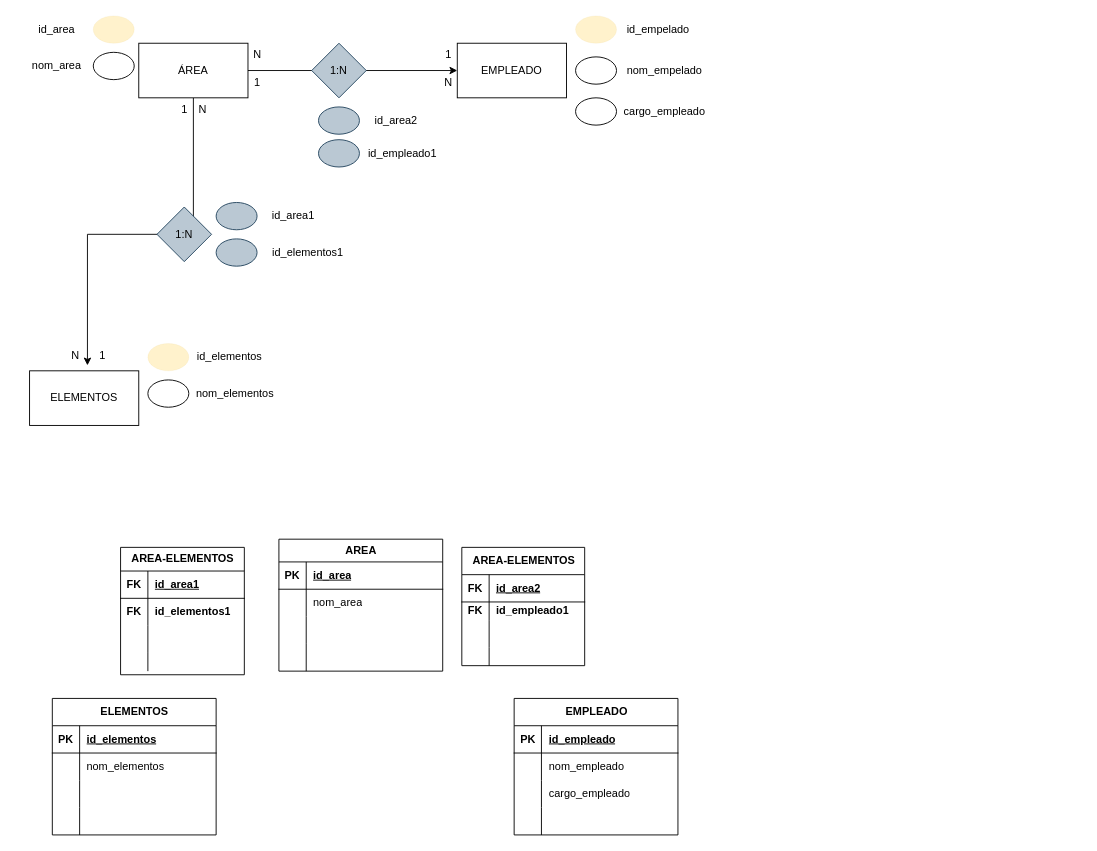
The draw.io diagram Diagrama de Incio.drawio in Anacon4/Home, before the edit. Source tidied: cells renumbered, new cells numbered last; positions are measured from the earlier drawing's top-left corner, leaving out a move shared by most shapes. Both pictures are drawn from the tidied source at 91%, with x=0, y=0 at pixel (20, 15).
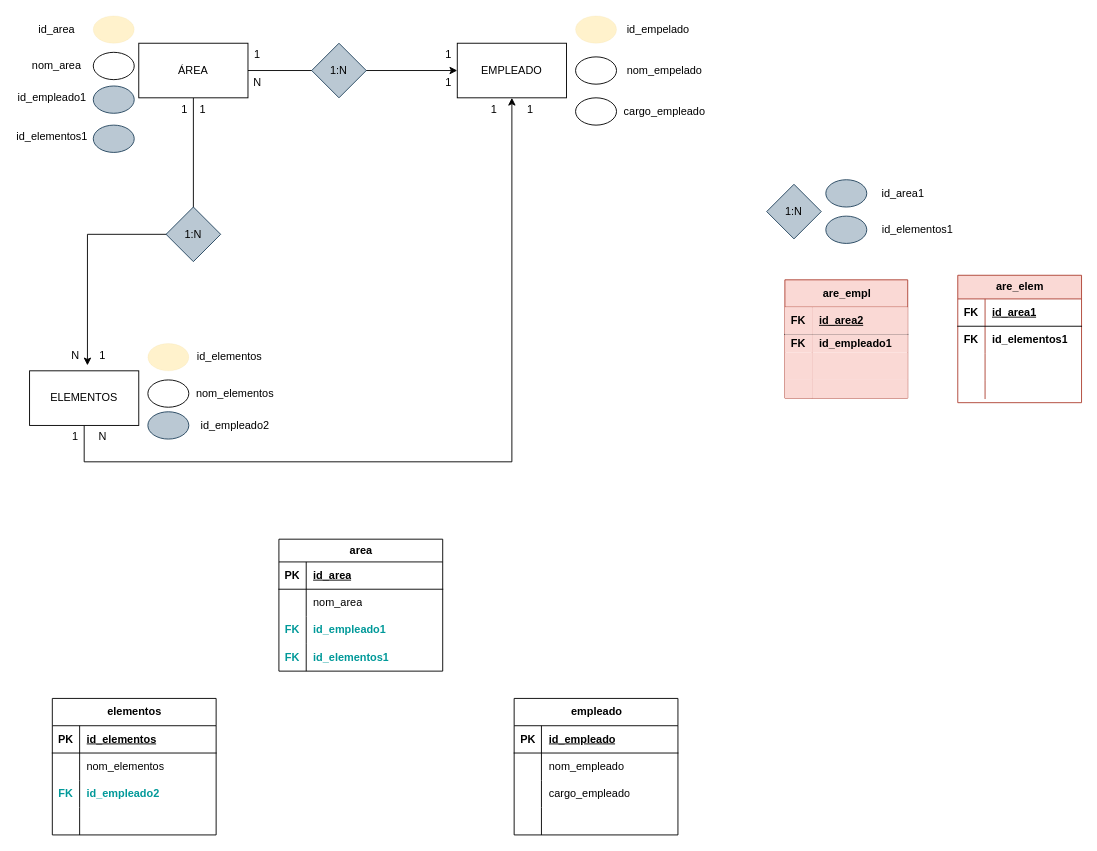
The same diagram, later.

The change refers to these unchanged cells:
```xml
<mxCell id="5" value="EMPLEADO&lt;br&gt;" style="rounded=0;whiteSpace=wrap;html=1;" parent="1" vertex="1">
  <mxGeometry x="480" y="30" width="120" height="60" as="geometry" />
</mxCell>
<mxCell id="6" value="ELEMENTOS&lt;br&gt;" style="rounded=0;whiteSpace=wrap;html=1;" parent="1" vertex="1">
  <mxGeometry x="10" y="390" width="120" height="60" as="geometry" />
</mxCell>
<mxCell id="46" style="shape=tableRow;horizontal=0;startSize=0;swimlaneHead=0;swimlaneBody=0;fillColor=none;top=0;left=0;right=0;bottom=0;" parent="39" vertex="1">
  <mxGeometry y="90" width="180" height="30" as="geometry" />
</mxCell>
<mxCell id="59" style="shape=tableRow;horizontal=0;startSize=0;swimlaneHead=0;swimlaneBody=0;fillColor=none;top=0;left=0;right=0;bottom=0;" parent="52" vertex="1">
  <mxGeometry y="85" width="180" height="30" as="geometry" />
</mxCell>
<mxCell id="62" style="shape=tableRow;horizontal=0;startSize=0;swimlaneHead=0;swimlaneBody=0;fillColor=none;top=0;left=0;right=0;bottom=0;" parent="52" vertex="1">
  <mxGeometry y="115" width="180" height="30" as="geometry" />
</mxCell>
<mxCell id="79" style="shape=tableRow;horizontal=0;startSize=0;swimlaneHead=0;swimlaneBody=0;fillColor=none;top=0;left=0;right=0;bottom=1;" parent="78" vertex="1">
  <mxGeometry y="30" width="135" height="30" as="geometry" />
</mxCell>
<mxCell id="82" style="shape=tableRow;horizontal=0;startSize=0;swimlaneHead=0;swimlaneBody=0;fillColor=none;top=0;left=0;right=0;bottom=0;" parent="78" vertex="1">
  <mxGeometry y="60" width="135" height="20" as="geometry" />
</mxCell>
<mxCell id="85" style="shape=tableRow;horizontal=0;startSize=0;swimlaneHead=0;swimlaneBody=0;fillColor=none;top=0;left=0;right=0;bottom=0;" parent="78" vertex="1">
  <mxGeometry y="80" width="135" height="30" as="geometry" />
</mxCell>
<mxCell id="88" style="shape=tableRow;horizontal=0;startSize=0;swimlaneHead=0;swimlaneBody=0;fillColor=none;top=0;left=0;right=0;bottom=0;" parent="78" vertex="1">
  <mxGeometry y="110" width="135" height="20" as="geometry" />
</mxCell>
```

What changed in the source:
```diff
@@
+    <mxCell id="104" style="edgeStyle=orthogonalEdgeStyle;rounded=0;jettySize=auto;html=1;entryX=0.5;entryY=1;entryDx=0;entryDy=0;exitX=0.5;exitY=1;exitDx=0;exitDy=0;" parent="1" edge="1" source="6" target="5">
+      <mxGeometry relative="1" as="geometry">
+        <Array as="points">
+          <mxPoint x="70" y="490" />
+          <mxPoint x="540" y="490" />
+        </Array>
+      </mxGeometry>
+    </mxCell>
@@
-    <mxCell id="21" value="N" style="text;html=1;align=center;verticalAlign=middle;strokeColor=none;fillColor=none;" parent="1" vertex="1">
+    <mxCell id="21" value="1" style="text;html=1;align=center;verticalAlign=middle;strokeColor=none;fillColor=none;" parent="1" vertex="1">
       <mxGeometry x="245" y="28" width="30" height="30" as="geometry" />
     </mxCell>
@@
-    <mxCell id="23" value="N" style="text;html=1;align=center;verticalAlign=middle;strokeColor=none;fillColor=none;" parent="1" vertex="1">
+    <mxCell id="23" value="1" style="text;html=1;align=center;verticalAlign=middle;strokeColor=none;fillColor=none;" parent="1" vertex="1">
       <mxGeometry x="455" y="58" width="30" height="30" as="geometry" />
     </mxCell>
-    <mxCell id="24" value="1" style="text;html=1;align=center;verticalAlign=middle;strokeColor=none;fillColor=none;" parent="1" vertex="1">
+    <mxCell id="24" value="N" style="text;html=1;align=center;verticalAlign=middle;strokeColor=none;fillColor=none;" parent="1" vertex="1">
       <mxGeometry x="245" y="58" width="30" height="30" as="geometry" />
     </mxCell>
@@
-    <mxCell id="28" value="N" style="text;html=1;align=center;verticalAlign=middle;strokeColor=none;fillColor=none;" parent="1" vertex="1">
+    <mxCell id="28" value="1" style="text;html=1;align=center;verticalAlign=middle;strokeColor=none;fillColor=none;" parent="1" vertex="1">
       <mxGeometry x="185" y="88" width="30" height="30" as="geometry" />
     </mxCell>
     <mxCell id="29" value="1:N" style="rhombus;whiteSpace=wrap;html=1;fillColor=#bac8d3;strokeColor=#23445d;" parent="1" vertex="1">
-      <mxGeometry x="150" y="210" width="60" height="60" as="geometry" />
+      <mxGeometry x="820" y="185" width="60" height="60" as="geometry" />
     </mxCell>
     <mxCell id="30" style="ellipse;whiteSpace=wrap;html=1;strokeWidth=1;fillColor=#bac8d3;strokeColor=#23445d;" parent="1" vertex="1">
-      <mxGeometry x="215" y="205" width="45" height="30" as="geometry" />
+      <mxGeometry x="885" y="180" width="45" height="30" as="geometry" />
     </mxCell>
     <mxCell id="31" style="ellipse;whiteSpace=wrap;html=1;strokeWidth=1;fillColor=#bac8d3;strokeColor=#23445d;" parent="1" vertex="1">
-      <mxGeometry x="215" y="245" width="45" height="30" as="geometry" />
+      <mxGeometry x="885" y="220" width="45" height="30" as="geometry" />
     </mxCell>
     <mxCell id="32" value="id_area1" style="text;html=1;strokeColor=none;fillColor=none;align=center;verticalAlign=middle;whiteSpace=wrap;rounded=0;" parent="1" vertex="1">
-      <mxGeometry x="260" y="205" width="80" height="30" as="geometry" />
+      <mxGeometry x="930" y="180" width="80" height="30" as="geometry" />
     </mxCell>
     <mxCell id="33" value="id_elementos1" style="text;html=1;strokeColor=none;fillColor=none;align=center;verticalAlign=middle;whiteSpace=wrap;rounded=0;" parent="1" vertex="1">
-      <mxGeometry x="276" y="245" width="80" height="30" as="geometry" />
+      <mxGeometry x="946" y="220" width="80" height="30" as="geometry" />
     </mxCell>
@@
-    <mxCell id="35" style="ellipse;whiteSpace=wrap;html=1;strokeWidth=1;fillColor=#bac8d3;strokeColor=#23445d;" parent="1" vertex="1">
-      <mxGeometry x="327.5" y="100" width="45" height="30" as="geometry" />
-    </mxCell>
-    <mxCell id="36" value="id_area2" style="text;html=1;strokeColor=none;fillColor=none;align=center;verticalAlign=middle;whiteSpace=wrap;rounded=0;" parent="1" vertex="1">
-      <mxGeometry x="372.5" y="100" width="80" height="30" as="geometry" />
-    </mxCell>
-    <mxCell id="37" style="ellipse;whiteSpace=wrap;html=1;strokeWidth=1;fillColor=#bac8d3;strokeColor=#23445d;" parent="1" vertex="1">
-      <mxGeometry x="327.5" y="136" width="45" height="30" as="geometry" />
-    </mxCell>
-    <mxCell id="38" value="id_empleado1" style="text;html=1;strokeColor=none;fillColor=none;align=center;verticalAlign=middle;whiteSpace=wrap;rounded=0;" parent="1" vertex="1">
-      <mxGeometry x="380" y="136" width="80" height="30" as="geometry" />
-    </mxCell>
-    <mxCell id="39" value="ELEMENTOS" style="shape=table;startSize=30;childLayout=tableLayout;rowLines=0;fontStyle=1;align=center;html=1;" parent="1" vertex="1">
+    <mxCell id="39" value="elementos" style="shape=table;startSize=30;childLayout=tableLayout;rowLines=0;fontStyle=1;align=center;html=1;" parent="1" vertex="1">
       <mxGeometry x="35" y="750" width="180" height="150" as="geometry" />
     </mxCell>
@@
-    <mxCell id="47" style="shape=partialRectangle;fillColor=none;top=0;left=0;bottom=0;right=0;overflow=hidden;whiteSpace=wrap;html=1;" parent="46" vertex="1">
+    <mxCell id="47" value="FK" style="shape=partialRectangle;fillColor=none;top=0;left=0;bottom=0;right=0;overflow=hidden;whiteSpace=wrap;html=1;fontColor=#009999;fontStyle=1;" parent="46" vertex="1">
       <mxGeometry width="30" height="30" as="geometry" />
     </mxCell>
-    <mxCell id="48" style="shape=partialRectangle;fillColor=none;top=0;left=0;bottom=0;right=0;align=left;spacingLeft=6;overflow=hidden;whiteSpace=wrap;html=1;" parent="46" vertex="1">
+    <mxCell id="48" value="id_empleado2" style="shape=partialRectangle;fillColor=none;top=0;left=0;bottom=0;right=0;align=left;spacingLeft=6;overflow=hidden;whiteSpace=wrap;html=1;fontColor=#009999;fontStyle=1;" parent="46" vertex="1">
       <mxGeometry x="30" width="150" height="30" as="geometry" />
     </mxCell>
@@
-    <mxCell id="52" value="AREA" style="shape=table;startSize=25;childLayout=tableLayout;rowLines=0;fontStyle=1;align=center;html=1;" parent="1" vertex="1">
+    <mxCell id="52" value="area" style="shape=table;startSize=25;childLayout=tableLayout;rowLines=0;fontStyle=1;align=center;html=1;" parent="1" vertex="1">
       <mxGeometry x="284" y="575" width="180" height="145" as="geometry" />
     </mxCell>
@@
-    <mxCell id="60" style="shape=partialRectangle;fillColor=none;top=0;left=0;bottom=0;right=0;overflow=hidden;whiteSpace=wrap;html=1;" parent="59" vertex="1">
+    <mxCell id="60" value="FK" style="shape=partialRectangle;fillColor=none;top=0;left=0;bottom=0;right=0;overflow=hidden;whiteSpace=wrap;html=1;fontStyle=1;fontColor=#009999;" parent="59" vertex="1">
       <mxGeometry width="30" height="30" as="geometry" />
     </mxCell>
-    <mxCell id="61" style="shape=partialRectangle;fillColor=none;top=0;left=0;bottom=0;right=0;align=left;spacingLeft=6;overflow=hidden;whiteSpace=wrap;html=1;" parent="59" vertex="1">
+    <mxCell id="61" value="id_empleado1" style="shape=partialRectangle;fillColor=none;top=0;left=0;bottom=0;right=0;align=left;spacingLeft=6;overflow=hidden;whiteSpace=wrap;html=1;fontStyle=1;fontColor=#009999;" parent="59" vertex="1">
       <mxGeometry x="30" width="150" height="30" as="geometry" />
     </mxCell>
@@
-    <mxCell id="63" style="shape=partialRectangle;fillColor=none;top=0;left=0;bottom=0;right=0;overflow=hidden;whiteSpace=wrap;html=1;" parent="62" vertex="1">
+    <mxCell id="63" value="FK" style="shape=partialRectangle;fillColor=none;top=0;left=0;bottom=0;right=0;overflow=hidden;whiteSpace=wrap;html=1;fontColor=#009999;fontStyle=1;" parent="62" vertex="1">
       <mxGeometry width="30" height="30" as="geometry" />
     </mxCell>
-    <mxCell id="64" style="shape=partialRectangle;fillColor=none;top=0;left=0;bottom=0;right=0;align=left;spacingLeft=6;overflow=hidden;whiteSpace=wrap;html=1;" parent="62" vertex="1">
+    <mxCell id="64" value="id_elementos1" style="shape=partialRectangle;fillColor=none;top=0;left=0;bottom=0;right=0;align=left;spacingLeft=6;overflow=hidden;whiteSpace=wrap;html=1;fontColor=#009999;fontStyle=1;" parent="62" vertex="1">
       <mxGeometry x="30" width="150" height="30" as="geometry" />
     </mxCell>
-    <mxCell id="65" value="EMPLEADO" style="shape=table;startSize=30;childLayout=tableLayout;rowLines=0;fontStyle=1;align=center;html=1;" parent="1" vertex="1">
+    <mxCell id="65" value="empleado" style="shape=table;startSize=30;childLayout=tableLayout;rowLines=0;fontStyle=1;align=center;html=1;" parent="1" vertex="1">
       <mxGeometry x="542.5" y="750" width="180" height="150" as="geometry" />
     </mxCell>
@@
-    <mxCell id="78" value="AREA-ELEMENTOS" style="shape=table;startSize=30;childLayout=tableLayout;rowLines=0;fontStyle=1;align=center;html=1;" parent="1" vertex="1">
-      <mxGeometry x="485" y="584" width="135" height="130" as="geometry" />
+    <mxCell id="78" value="are_empl" style="shape=table;startSize=30;childLayout=tableLayout;rowLines=0;fontStyle=1;align=center;html=1;fillColor=#fad9d5;strokeColor=#AE4132;" parent="1" vertex="1">
+      <mxGeometry x="840" y="290" width="135" height="130" as="geometry" />
     </mxCell>
@@
-    <mxCell id="80" value="FK" style="shape=partialRectangle;fillColor=none;top=0;left=0;bottom=0;right=0;fontStyle=1;overflow=hidden;whiteSpace=wrap;html=1;" parent="79" vertex="1">
+    <mxCell id="80" value="FK" style="shape=partialRectangle;fillColor=#fad9d5;top=0;left=0;bottom=0;right=0;fontStyle=1;overflow=hidden;whiteSpace=wrap;html=1;strokeColor=#ae4132;" parent="79" vertex="1">
       <mxGeometry width="30" height="30" as="geometry" />
     </mxCell>
-    <mxCell id="81" value="id_area2" style="shape=partialRectangle;fillColor=none;top=0;left=0;bottom=0;right=0;align=left;spacingLeft=6;fontStyle=5;overflow=hidden;whiteSpace=wrap;html=1;" parent="79" vertex="1">
+    <mxCell id="81" value="id_area2" style="shape=partialRectangle;fillColor=#fad9d5;top=0;left=0;bottom=0;right=0;align=left;spacingLeft=6;fontStyle=5;overflow=hidden;whiteSpace=wrap;html=1;strokeColor=#ae4132;" parent="79" vertex="1">
       <mxGeometry x="30" width="105" height="30" as="geometry" />
     </mxCell>
@@
-    <mxCell id="83" value="FK" style="shape=partialRectangle;fillColor=none;top=0;left=0;bottom=0;right=0;overflow=hidden;whiteSpace=wrap;html=1;fontStyle=1;" parent="82" vertex="1">
+    <mxCell id="83" value="FK" style="shape=partialRectangle;fillColor=#fad9d5;top=0;left=0;bottom=0;right=0;overflow=hidden;whiteSpace=wrap;html=1;fontStyle=1;strokeColor=#ae4132;" parent="82" vertex="1">
       <mxGeometry width="30" height="20" as="geometry" />
     </mxCell>
-    <mxCell id="84" value="id_empleado1" style="shape=partialRectangle;fillColor=none;top=0;left=0;bottom=0;right=0;align=left;spacingLeft=6;overflow=hidden;whiteSpace=wrap;html=1;fontStyle=1;" parent="82" vertex="1">
+    <mxCell id="84" value="id_empleado1" style="shape=partialRectangle;fillColor=#fad9d5;top=0;left=0;bottom=0;right=0;align=left;spacingLeft=6;overflow=hidden;whiteSpace=wrap;html=1;fontStyle=1;strokeColor=#ae4132;" parent="82" vertex="1">
       <mxGeometry x="30" width="105" height="20" as="geometry" />
     </mxCell>
@@
-    <mxCell id="86" style="shape=partialRectangle;fillColor=none;top=0;left=0;bottom=0;right=0;overflow=hidden;whiteSpace=wrap;html=1;" parent="85" vertex="1">
+    <mxCell id="86" style="shape=partialRectangle;fillColor=#fad9d5;top=0;left=0;bottom=0;right=0;overflow=hidden;whiteSpace=wrap;html=1;strokeColor=#ae4132;" parent="85" vertex="1">
       <mxGeometry width="30" height="30" as="geometry" />
     </mxCell>
-    <mxCell id="87" style="shape=partialRectangle;fillColor=none;top=0;left=0;bottom=0;right=0;align=left;spacingLeft=6;overflow=hidden;whiteSpace=wrap;html=1;" parent="85" vertex="1">
+    <mxCell id="87" style="shape=partialRectangle;fillColor=#fad9d5;top=0;left=0;bottom=0;right=0;align=left;spacingLeft=6;overflow=hidden;whiteSpace=wrap;html=1;strokeColor=#ae4132;" parent="85" vertex="1">
       <mxGeometry x="30" width="105" height="30" as="geometry" />
     </mxCell>
@@
-    <mxCell id="89" style="shape=partialRectangle;fillColor=none;top=0;left=0;bottom=0;right=0;overflow=hidden;whiteSpace=wrap;html=1;" parent="88" vertex="1">
+    <mxCell id="89" style="shape=partialRectangle;fillColor=#fad9d5;top=0;left=0;bottom=0;right=0;overflow=hidden;whiteSpace=wrap;html=1;strokeColor=#ae4132;" parent="88" vertex="1">
       <mxGeometry width="30" height="20" as="geometry" />
     </mxCell>
-    <mxCell id="90" style="shape=partialRectangle;fillColor=none;top=0;left=0;bottom=0;right=0;align=left;spacingLeft=6;overflow=hidden;whiteSpace=wrap;html=1;" parent="88" vertex="1">
+    <mxCell id="90" style="shape=partialRectangle;fillColor=#fad9d5;top=0;left=0;bottom=0;right=0;align=left;spacingLeft=6;overflow=hidden;whiteSpace=wrap;html=1;strokeColor=#ae4132;strokeWidth=2;" parent="88" vertex="1">
       <mxGeometry x="30" width="105" height="20" as="geometry" />
     </mxCell>
-    <mxCell id="91" value="AREA-ELEMENTOS" style="shape=table;startSize=26;childLayout=tableLayout;rowLines=0;fontStyle=1;align=center;html=1;" parent="1" vertex="1">
-      <mxGeometry x="110" y="584" width="136" height="140" as="geometry" />
+    <mxCell id="91" value="are_elem" style="shape=table;startSize=26;childLayout=tableLayout;rowLines=0;fontStyle=1;align=center;html=1;fillColor=#fad9d5;strokeColor=#ae4132;" parent="1" vertex="1">
+      <mxGeometry x="1030" y="285" width="136" height="140" as="geometry" />
     </mxCell>
@@
+    <mxCell id="105" style="ellipse;whiteSpace=wrap;html=1;strokeWidth=1;fillColor=#bac8d3;strokeColor=#23445d;" parent="1" vertex="1">
+      <mxGeometry x="80" y="77" width="45" height="30" as="geometry" />
+    </mxCell>
+    <mxCell id="38" value="id_empleado1" style="text;html=1;strokeColor=none;fillColor=none;align=center;verticalAlign=middle;whiteSpace=wrap;rounded=0;" parent="1" vertex="1">
+      <mxGeometry x="-5" y="75" width="80" height="30" as="geometry" />
+    </mxCell>
+    <mxCell id="106" style="ellipse;whiteSpace=wrap;html=1;strokeWidth=1;fillColor=#bac8d3;strokeColor=#23445d;" parent="1" vertex="1">
+      <mxGeometry x="80" y="120" width="45" height="30" as="geometry" />
+    </mxCell>
+    <mxCell id="107" value="id_elementos1" style="text;html=1;strokeColor=none;fillColor=none;align=center;verticalAlign=middle;whiteSpace=wrap;rounded=0;" parent="1" vertex="1">
+      <mxGeometry x="-5" y="118" width="80" height="30" as="geometry" />
+    </mxCell>
+    <mxCell id="108" value="1" style="text;html=1;align=center;verticalAlign=middle;strokeColor=none;fillColor=none;" parent="1" vertex="1">
+      <mxGeometry x="505" y="88" width="30" height="30" as="geometry" />
+    </mxCell>
+    <mxCell id="109" value="N" style="text;html=1;align=center;verticalAlign=middle;strokeColor=none;fillColor=none;" parent="1" vertex="1">
+      <mxGeometry x="75" y="448" width="30" height="30" as="geometry" />
+    </mxCell>
+    <mxCell id="110" value="1" style="text;html=1;align=center;verticalAlign=middle;strokeColor=none;fillColor=none;" parent="1" vertex="1">
+      <mxGeometry x="45" y="448" width="30" height="30" as="geometry" />
+    </mxCell>
+    <mxCell id="111" value="1&lt;br&gt;" style="text;html=1;align=center;verticalAlign=middle;strokeColor=none;fillColor=none;" parent="1" vertex="1">
+      <mxGeometry x="545" y="88" width="30" height="30" as="geometry" />
+    </mxCell>
+    <mxCell id="112" style="ellipse;whiteSpace=wrap;html=1;strokeWidth=1;fillColor=#bac8d3;strokeColor=#23445d;" parent="1" vertex="1">
+      <mxGeometry x="140" y="435" width="45" height="30" as="geometry" />
+    </mxCell>
+    <mxCell id="113" value="id_empleado2" style="text;html=1;strokeColor=none;fillColor=none;align=center;verticalAlign=middle;whiteSpace=wrap;rounded=0;" parent="1" vertex="1">
+      <mxGeometry x="196" y="435" width="80" height="30" as="geometry" />
+    </mxCell>
+    <mxCell id="114" value="1:N" style="rhombus;whiteSpace=wrap;html=1;fillColor=#bac8d3;strokeColor=#23445d;" parent="1" vertex="1">
+      <mxGeometry x="160" y="210" width="60" height="60" as="geometry" />
+    </mxCell>
```
